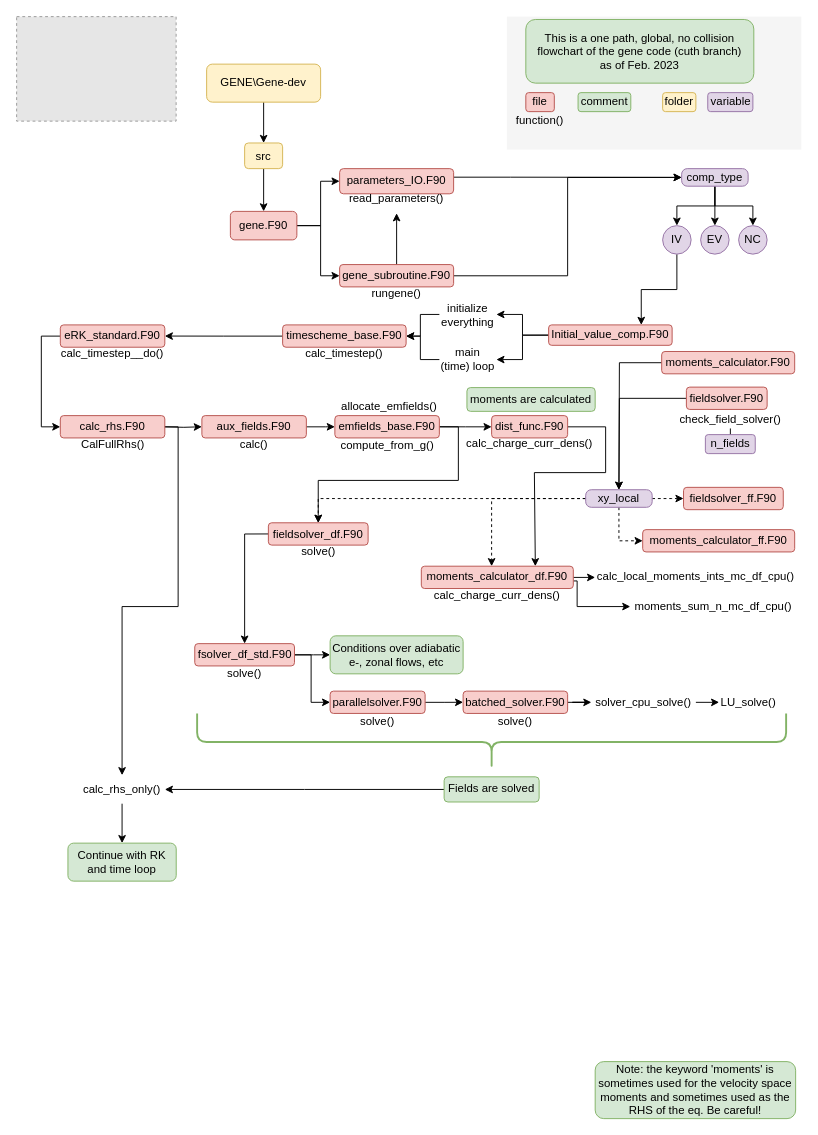
Earlier version of the draw.io diagram Gene_flowchart.drawio (FM-Sheffield/Gene_Flowchart). Source tidied: cells renumbered, new cells numbered last; positions are measured from the earlier drawing's top-left corner, leaving out a move shared by most shapes. Both pictures are drawn from the tidied source at 95%, with x=0, y=0 at pixel (16, 16). Pictures stored in the file or linked from it are replaced by grey dashed boxes.
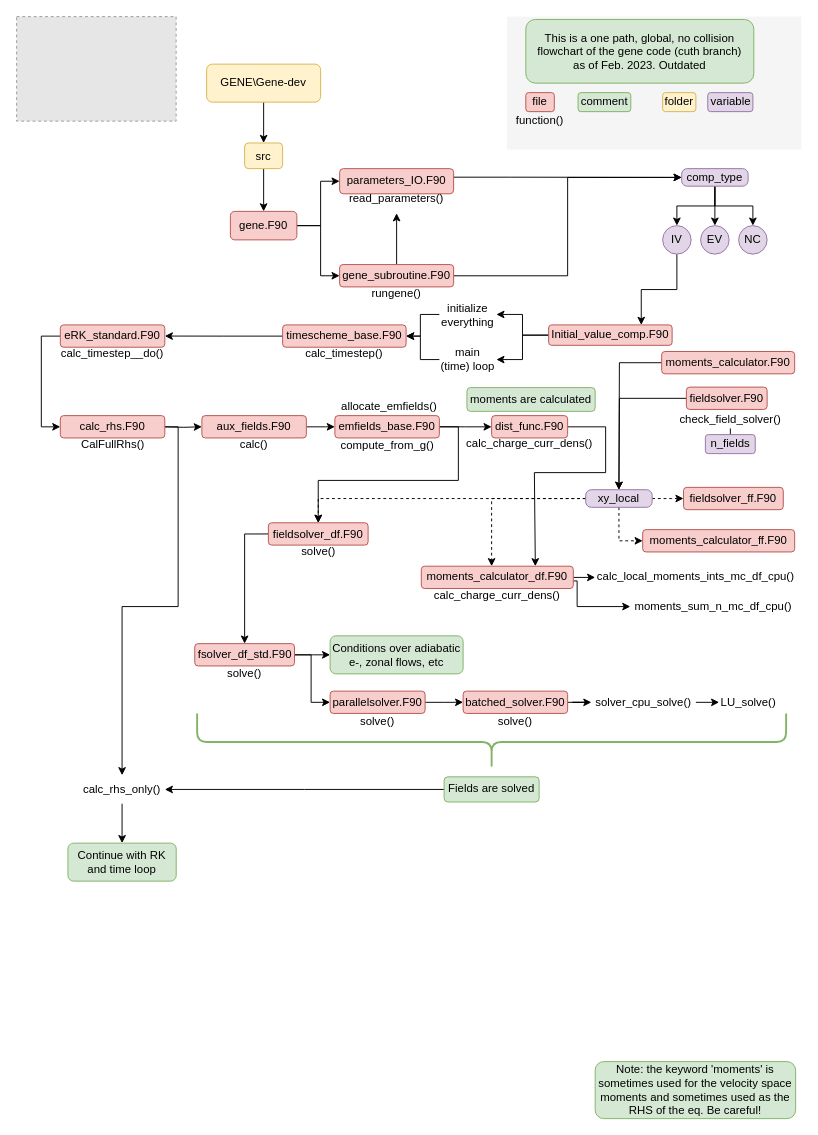
The same page after the edit.

The edit, as a diff of the source:
```diff
@@
-    <mxCell id="19" value="&lt;div&gt;This is a one path, global, no collision flowchart of the gene code (cuth branch)&lt;br&gt;&lt;/div&gt;&lt;div&gt;as of Feb. 2023&lt;br&gt;&lt;/div&gt;" style="rounded=1;whiteSpace=wrap;html=1;fillColor=#d5e8d4;strokeColor=#82b366;" parent="1" vertex="1">
+    <mxCell id="19" value="&lt;div&gt;This is a one path, global, no collision flowchart of the gene code (cuth branch)&lt;br&gt;&lt;/div&gt;&lt;div&gt;as of Feb. 2023. Outdated&lt;br&gt;&lt;/div&gt;" style="rounded=1;whiteSpace=wrap;html=1;fillColor=#d5e8d4;strokeColor=#82b366;" parent="1" vertex="1">
       <mxGeometry x="536" y="3" width="240" height="67" as="geometry" />
     </mxCell>
```
